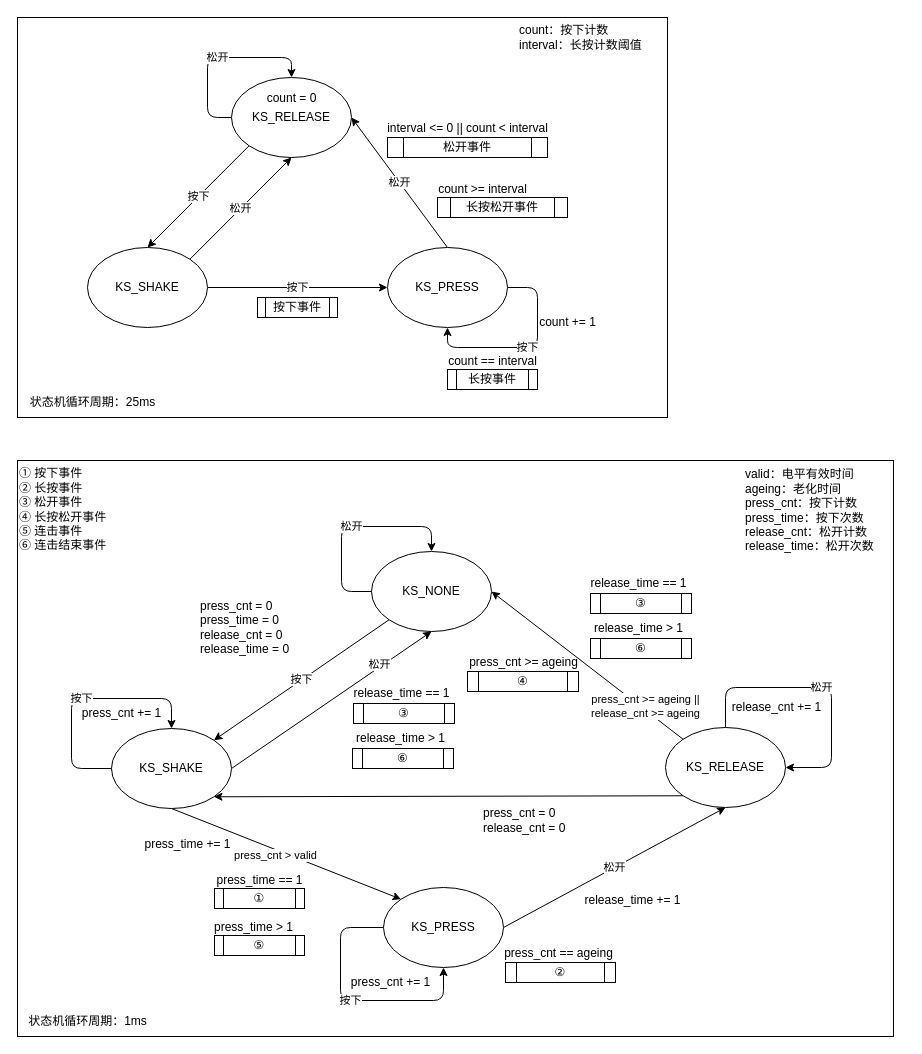
Before: assets/key.drawio in skb666/event_button, a draw.io diagram. Source tidied: cells renumbered, new cells numbered last; positions are measured from the earlier drawing's top-left corner, leaving out a move shared by most shapes. Both pictures are drawn from the tidied source at 100%, with x=0, y=0 at pixel (17, 17).
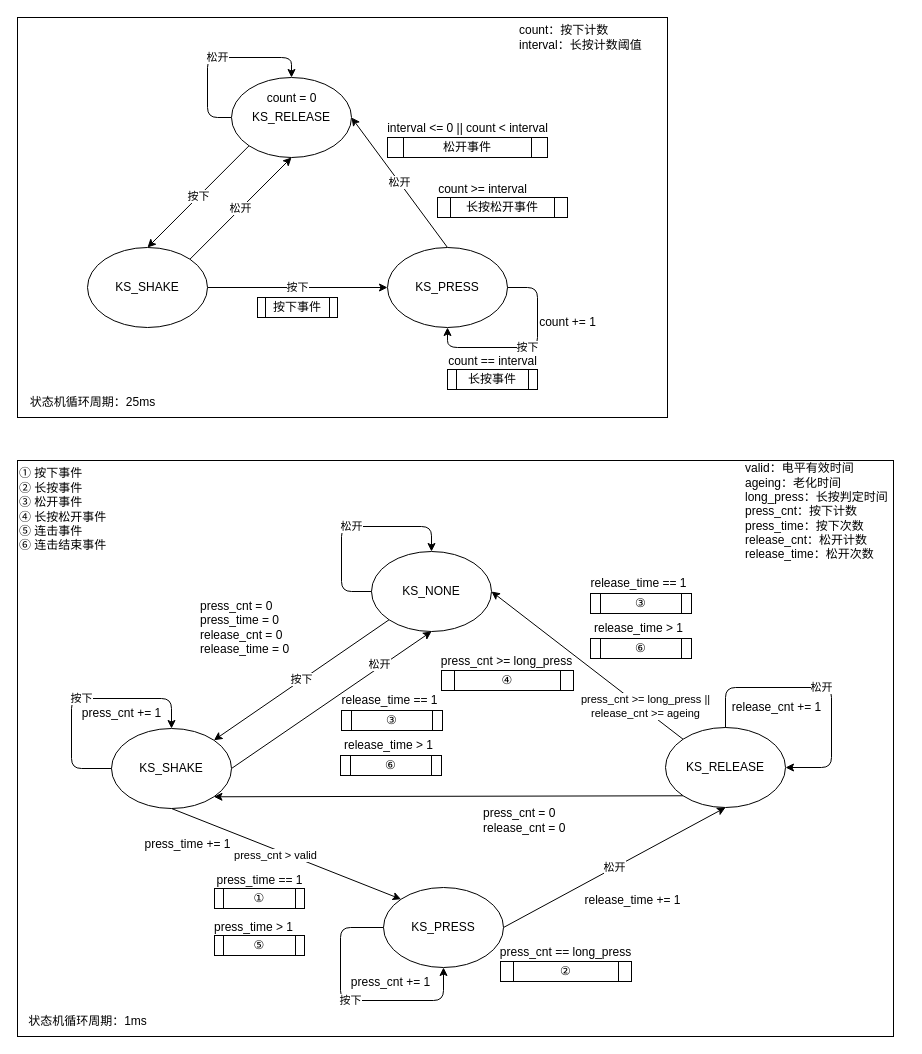
The same page after the edit.

Unchanged cells that the change refers to:
```xml
<mxCell id="25" value="KS_NONE" style="ellipse;whiteSpace=wrap;html=1;labelBackgroundColor=none;labelBorderColor=none;" parent="1" vertex="1">
  <mxGeometry x="354" y="534" width="120" height="80" as="geometry" />
</mxCell>
<mxCell id="28" value="KS_RELEASE" style="ellipse;whiteSpace=wrap;html=1;labelBackgroundColor=none;labelBorderColor=none;" parent="1" vertex="1">
  <mxGeometry x="648" y="710" width="120" height="80" as="geometry" />
</mxCell>
```

What changed in the source:
```diff
@@
-    <mxCell id="26" value="press_cnt &amp;gt;= ageing ||&lt;br&gt;release_cnt &amp;gt;= ageing" style="edgeStyle=none;html=1;exitX=0;exitY=0;exitDx=0;exitDy=0;entryX=1;entryY=0.5;entryDx=0;entryDy=0;align=center;" parent="1" edge="1" source="28" target="25">
+    <mxCell id="26" value="press_cnt &amp;gt;= long_press ||&lt;br&gt;release_cnt &amp;gt;= ageing" style="edgeStyle=none;html=1;exitX=0;exitY=0;exitDx=0;exitDy=0;entryX=1;entryY=0.5;entryDx=0;entryDy=0;align=center;" parent="1" edge="1" source="28" target="25">
       <mxGeometry x="-0.59" y="-4" relative="1" as="geometry">
         <mxPoint y="1" as="offset" />
       </mxGeometry>
     </mxCell>
@@
-    <mxCell id="36" value="valid：电平有效时间&lt;br&gt;ageing：老化时间&lt;br&gt;press_cnt：按下计数&lt;br&gt;press_time：按下次数&lt;br&gt;release_cnt：松开计数&lt;br&gt;release_time：松开次数" style="text;html=1;align=left;verticalAlign=middle;strokeColor=none;fillColor=none;" parent="1" vertex="1">
-      <mxGeometry x="726" y="443" width="150" height="100" as="geometry" />
+    <mxCell id="36" value="valid：电平有效时间&lt;br&gt;ageing：老化时间&lt;br&gt;long_press：长按判定时间&lt;br&gt;press_cnt：按下计数&lt;br&gt;press_time：按下次数&lt;br&gt;release_cnt：松开计数&lt;br&gt;release_time：松开次数" style="text;html=1;align=left;verticalAlign=middle;strokeColor=none;fillColor=none;" parent="1" vertex="1">
+      <mxGeometry x="726" y="437" width="161" height="113" as="geometry" />
     </mxCell>
@@
     <mxCell id="50" value="②" style="shape=process;whiteSpace=wrap;html=1;backgroundOutline=1;labelBackgroundColor=none;labelBorderColor=none;" parent="1" vertex="1">
-      <mxGeometry x="488" y="945" width="110" height="20" as="geometry" />
+      <mxGeometry x="483" y="944" width="131" height="20" as="geometry" />
     </mxCell>
-    <mxCell id="51" value="press_cnt == ageing" style="text;html=1;align=center;verticalAlign=middle;strokeColor=none;fillColor=none;" parent="1" vertex="1">
-      <mxGeometry x="476" y="921" width="130" height="30" as="geometry" />
+    <mxCell id="51" value="press_cnt == long_press" style="text;html=1;align=center;verticalAlign=middle;strokeColor=none;fillColor=none;" parent="1" vertex="1">
+      <mxGeometry x="473" y="922" width="149" height="26" as="geometry" />
     </mxCell>
@@
-    <mxCell id="53" value="press_cnt &amp;gt;= ageing" style="text;html=1;align=center;verticalAlign=middle;strokeColor=none;fillColor=none;" parent="1" vertex="1">
-      <mxGeometry x="440.5" y="630" width="130" height="30" as="geometry" />
+    <mxCell id="53" value="press_cnt &amp;gt;= long_press" style="text;html=1;align=center;verticalAlign=middle;strokeColor=none;fillColor=none;" parent="1" vertex="1">
+      <mxGeometry x="414.5" y="631" width="149" height="26" as="geometry" />
     </mxCell>
     <mxCell id="54" value="④" style="shape=process;whiteSpace=wrap;html=1;backgroundOutline=1;labelBackgroundColor=none;labelBorderColor=none;" parent="1" vertex="1">
-      <mxGeometry x="450" y="654" width="111" height="20" as="geometry" />
+      <mxGeometry x="424" y="653" width="132" height="20" as="geometry" />
     </mxCell>
@@
     <mxCell id="60" value="③" style="shape=process;whiteSpace=wrap;html=1;backgroundOutline=1;labelBackgroundColor=none;labelBorderColor=none;" parent="1" vertex="1">
-      <mxGeometry x="336" y="686" width="101" height="20" as="geometry" />
+      <mxGeometry x="324" y="693" width="101" height="20" as="geometry" />
     </mxCell>
     <mxCell id="61" value="release_time == 1" style="text;html=1;align=center;verticalAlign=middle;strokeColor=none;fillColor=none;" parent="1" vertex="1">
-      <mxGeometry x="324" y="661" width="120" height="30" as="geometry" />
+      <mxGeometry x="312" y="668" width="120" height="30" as="geometry" />
     </mxCell>
     <mxCell id="62" value="⑥" style="shape=process;whiteSpace=wrap;html=1;backgroundOutline=1;labelBackgroundColor=none;labelBorderColor=none;" parent="1" vertex="1">
-      <mxGeometry x="335" y="731" width="101" height="20" as="geometry" />
+      <mxGeometry x="323" y="738" width="101" height="20" as="geometry" />
     </mxCell>
     <mxCell id="63" value="release_time &amp;gt; 1" style="text;html=1;align=center;verticalAlign=middle;strokeColor=none;fillColor=none;" parent="1" vertex="1">
-      <mxGeometry x="328" y="706" width="110" height="30" as="geometry" />
+      <mxGeometry x="316" y="713" width="110" height="30" as="geometry" />
     </mxCell>
```
